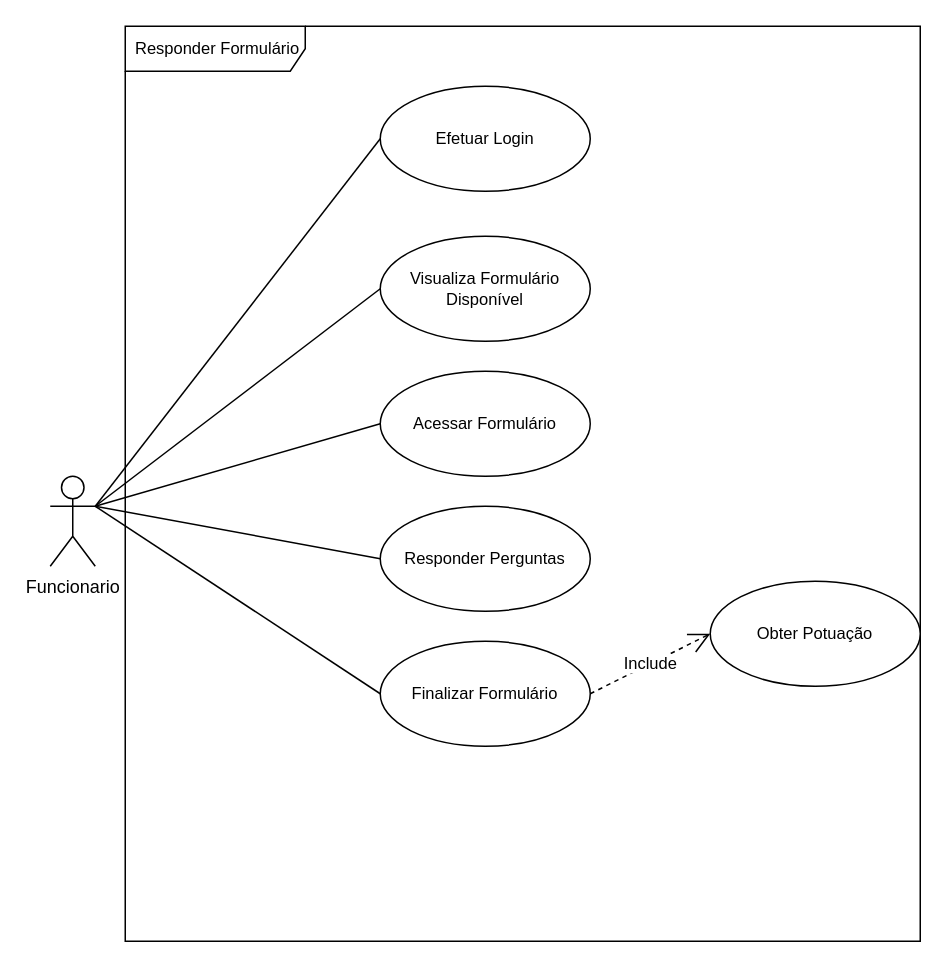
Before: use-case-cadastro-funcionario.drawio in charlesYS/use-case-chillout, a draw.io diagram. Source tidied: cells renumbered, new cells numbered last; positions are measured from the earlier drawing's top-left corner, leaving out a move shared by most shapes. Both pictures are drawn from the tidied source at 150%, with x=0, y=0 at pixel (50, 26).
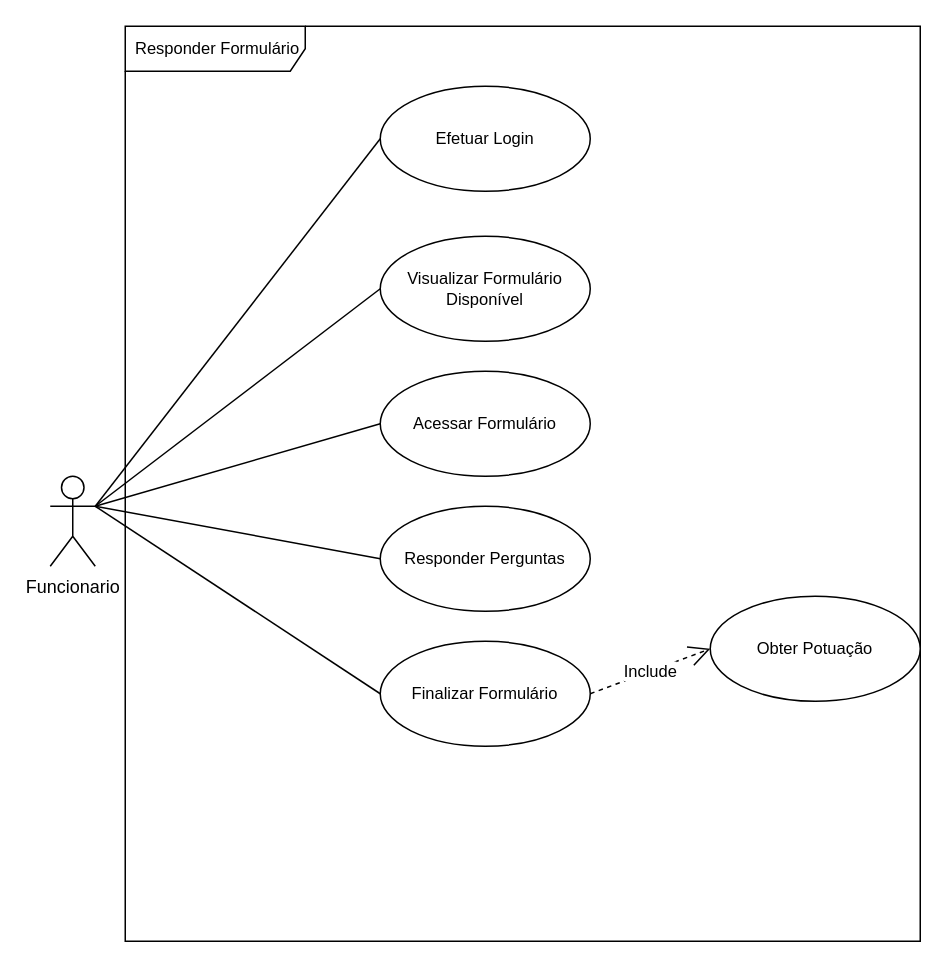
After the change.

The edit, as a diff of the source:
```diff
@@
 <mxGraphModel>
   <root>
     <mxCell id="0" />
     <mxCell id="1" parent="0" />
     <mxCell id="2" style="edgeStyle=none;shape=connector;rounded=0;jettySize=auto;html=1;exitX=1;exitY=0.3333333333333333;exitDx=0;exitDy=0;exitPerimeter=0;entryX=0;entryY=0.5;entryDx=0;entryDy=0;labelBackgroundColor=default;fontFamily=Helvetica;fontSize=11;fontColor=default;endArrow=none;strokeColor=default;" parent="1" edge="1" source="6" target="10">
       <mxGeometry relative="1" as="geometry" />
     </mxCell>
     <mxCell id="3" style="edgeStyle=none;shape=connector;rounded=0;jettySize=auto;html=1;exitX=1;exitY=0.3333333333333333;exitDx=0;exitDy=0;exitPerimeter=0;entryX=0;entryY=0.5;entryDx=0;entryDy=0;labelBackgroundColor=default;fontFamily=Helvetica;fontSize=11;fontColor=default;endArrow=none;strokeColor=default;" parent="1" edge="1" source="6" target="11">
       <mxGeometry relative="1" as="geometry" />
     </mxCell>
     <mxCell id="4" style="edgeStyle=none;shape=connector;rounded=0;jettySize=auto;html=1;exitX=1;exitY=0.3333333333333333;exitDx=0;exitDy=0;exitPerimeter=0;entryX=0;entryY=0.5;entryDx=0;entryDy=0;labelBackgroundColor=default;fontFamily=Helvetica;fontSize=11;fontColor=default;endArrow=none;strokeColor=default;" parent="1" edge="1" source="6" target="12">
       <mxGeometry relative="1" as="geometry" />
     </mxCell>
     <mxCell id="5" style="edgeStyle=none;shape=connector;rounded=0;jettySize=auto;html=1;exitX=1;exitY=0.3333333333333333;exitDx=0;exitDy=0;exitPerimeter=0;entryX=0;entryY=0.5;entryDx=0;entryDy=0;labelBackgroundColor=default;fontFamily=Helvetica;fontSize=11;fontColor=default;endArrow=none;strokeColor=default;" parent="1" edge="1" source="6" target="13">
       <mxGeometry relative="1" as="geometry" />
     </mxCell>
     <mxCell id="6" value="Funcionario" style="shape=umlActor;verticalLabelPosition=bottom;verticalAlign=top;html=1;outlineConnect=0;" parent="1" vertex="1">
       <mxGeometry y="300" width="30" height="60" as="geometry" />
     </mxCell>
     <mxCell id="7" style="endArrow=none;html=1;rounded=0;entryX=1;entryY=0.3333333333333333;entryDx=0;entryDy=0;entryPerimeter=0;exitX=0;exitY=0.5;exitDx=0;exitDy=0;" parent="1" edge="1" source="9" target="6">
       <mxGeometry relative="1" as="geometry" />
     </mxCell>
     <mxCell id="8" value="Responder Formulário" style="shape=umlFrame;whiteSpace=wrap;html=1;width=120;height=30;boundedLbl=1;verticalAlign=middle;align=left;spacingLeft=5;fontFamily=Helvetica;fontSize=11;fontColor=default;" parent="1" vertex="1">
       <mxGeometry x="50" width="530" height="610" as="geometry" />
     </mxCell>
     <mxCell id="9" value="Efetuar Login" style="ellipse;whiteSpace=wrap;html=1;fontFamily=Helvetica;fontSize=11;fontColor=default;" parent="1" vertex="1">
       <mxGeometry x="220" y="40" width="140" height="70" as="geometry" />
     </mxCell>
-    <mxCell id="10" value="Visualiza Formulário Disponível" style="ellipse;whiteSpace=wrap;html=1;fontFamily=Helvetica;fontSize=11;fontColor=default;" parent="1" vertex="1">
+    <mxCell id="10" value="Visualizar Formulário Disponível" style="ellipse;whiteSpace=wrap;html=1;fontFamily=Helvetica;fontSize=11;fontColor=default;" parent="1" vertex="1">
       <mxGeometry x="220" y="140" width="140" height="70" as="geometry" />
     </mxCell>
     <mxCell id="11" value="Acessar Formulário" style="ellipse;whiteSpace=wrap;html=1;fontFamily=Helvetica;fontSize=11;fontColor=default;" parent="1" vertex="1">
       <mxGeometry x="220" y="230" width="140" height="70" as="geometry" />
     </mxCell>
     <mxCell id="12" value="Responder Perguntas" style="ellipse;whiteSpace=wrap;html=1;fontFamily=Helvetica;fontSize=11;fontColor=default;" parent="1" vertex="1">
       <mxGeometry x="220" y="320" width="140" height="70" as="geometry" />
     </mxCell>
     <mxCell id="13" value="Finalizar Formulário" style="ellipse;whiteSpace=wrap;html=1;fontFamily=Helvetica;fontSize=11;fontColor=default;" parent="1" vertex="1">
       <mxGeometry x="220" y="410" width="140" height="70" as="geometry" />
     </mxCell>
     <mxCell id="14" value="Obter Potuação" style="ellipse;whiteSpace=wrap;html=1;fontFamily=Helvetica;fontSize=11;fontColor=default;" parent="1" vertex="1">
-      <mxGeometry x="440" y="370" width="140" height="70" as="geometry" />
+      <mxGeometry x="440" y="380" width="140" height="70" as="geometry" />
     </mxCell>
     <mxCell id="15" value="Include" style="endArrow=open;endSize=12;dashed=1;html=1;rounded=0;labelBackgroundColor=default;fontFamily=Helvetica;fontSize=11;fontColor=default;strokeColor=default;shape=connector;exitX=1;exitY=0.5;exitDx=0;exitDy=0;entryX=0;entryY=0.5;entryDx=0;entryDy=0;" parent="1" edge="1" source="13" target="14">
       <mxGeometry relative="1" as="geometry" />
     </mxCell>
   </root>
 </mxGraphModel>
```
